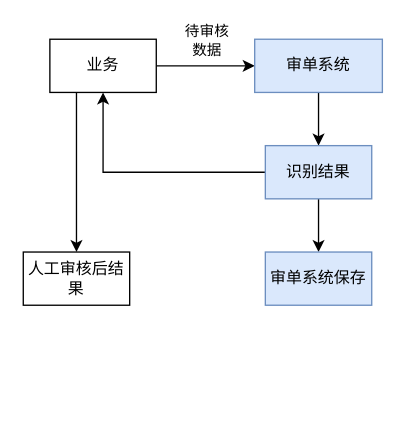
Above: 兴业银行标书.drawio in archwolf118/AI (draw.io), before the change. Source tidied: cells renumbered, new cells numbered last; positions are measured from the earlier drawing's top-left corner, leaving out a move shared by most shapes. Both pictures are drawn from the tidied source at 133%, with x=0, y=0 at pixel (23, 39).
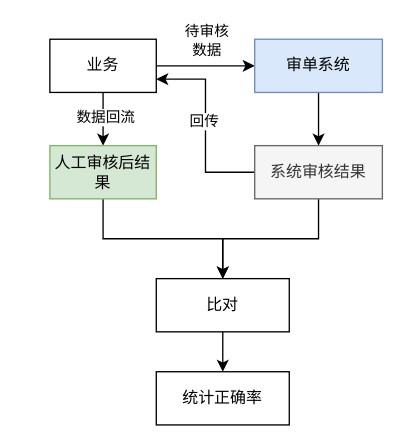
Above is the later version.

Commit message (it also covers changes not shown here):
更新兴业银行标书.drawio

Diff of the diagram source:
```diff
@@
 <mxGraphModel>
   <root>
     <mxCell id="0" />
     <mxCell id="1" parent="0" />
     <mxCell id="2" style="edgeStyle=orthogonalEdgeStyle;rounded=0;jettySize=auto;html=1;exitX=1;exitY=0.5;exitDx=0;exitDy=0;entryX=0;entryY=0.5;entryDx=0;entryDy=0;" parent="1" edge="1" source="5" target="7">
       <mxGeometry relative="1" as="geometry" />
     </mxCell>
     <mxCell id="3" value="待审核&lt;div&gt;数据&lt;/div&gt;" style="edgeLabel;html=1;align=center;verticalAlign=middle;" parent="2" vertex="1">
       <mxGeometry y="3" relative="1" as="geometry">
         <mxPoint y="-17" as="offset" />
       </mxGeometry>
     </mxCell>
-    <mxCell id="4" style="edgeStyle=orthogonalEdgeStyle;rounded=0;jettySize=auto;html=1;exitX=0.25;exitY=1;exitDx=0;exitDy=0;entryX=0.5;entryY=0;entryDx=0;entryDy=0;" parent="1" edge="1" source="5" target="12">
+    <mxCell id="4" style="edgeStyle=orthogonalEdgeStyle;rounded=0;jettySize=auto;html=1;exitX=0.5;exitY=1;exitDx=0;exitDy=0;entryX=0.5;entryY=0;entryDx=0;entryDy=0;" parent="1" edge="1" source="5" target="12">
       <mxGeometry relative="1" as="geometry" />
     </mxCell>
+    <mxCell id="13" value="数据回流" style="edgeLabel;html=1;align=center;verticalAlign=middle;" parent="4" vertex="1">
+      <mxGeometry x="-0.1" y="1" relative="1" as="geometry" />
+    </mxCell>
     <mxCell id="5" value="业务" style="rounded=0;whiteSpace=wrap;html=1;" parent="1" vertex="1">
       <mxGeometry x="20" width="80" height="40" as="geometry" />
     </mxCell>
     <mxCell id="6" style="edgeStyle=orthogonalEdgeStyle;rounded=0;jettySize=auto;html=1;exitX=0.5;exitY=1;exitDx=0;exitDy=0;entryX=0.5;entryY=0;entryDx=0;entryDy=0;" parent="1" edge="1" source="7" target="10">
       <mxGeometry relative="1" as="geometry" />
     </mxCell>
     <mxCell id="7" value="审单系统" style="rounded=0;whiteSpace=wrap;html=1;fillColor=#dae8fc;strokeColor=#6c8ebf;" parent="1" vertex="1">
       <mxGeometry x="174" width="96" height="40" as="geometry" />
     </mxCell>
-    <mxCell id="8" style="edgeStyle=orthogonalEdgeStyle;rounded=0;jettySize=auto;html=1;exitX=0.5;exitY=1;exitDx=0;exitDy=0;" parent="1" edge="1" source="10">
-      <mxGeometry relative="1" as="geometry">
-        <mxPoint x="222" y="160" as="targetPoint" />
-      </mxGeometry>
-    </mxCell>
-    <mxCell id="9" style="edgeStyle=orthogonalEdgeStyle;rounded=0;jettySize=auto;html=1;exitX=0;exitY=0.5;exitDx=0;exitDy=0;entryX=0.5;entryY=1;entryDx=0;entryDy=0;" parent="1" edge="1" source="10" target="5">
+    <mxCell id="9" style="edgeStyle=orthogonalEdgeStyle;rounded=0;jettySize=auto;html=1;exitX=0;exitY=0.5;exitDx=0;exitDy=0;entryX=1;entryY=0.75;entryDx=0;entryDy=0;" parent="1" edge="1" source="10" target="5">
       <mxGeometry relative="1" as="geometry" />
     </mxCell>
+    <mxCell id="14" value="回传" style="edgeLabel;html=1;align=center;verticalAlign=middle;" parent="9" vertex="1">
+      <mxGeometry x="-0.33" y="2" relative="1" as="geometry">
+        <mxPoint y="-28" as="offset" />
+      </mxGeometry>
+    </mxCell>
+    <mxCell id="15" style="edgeStyle=orthogonalEdgeStyle;rounded=0;jettySize=auto;html=1;exitX=0.5;exitY=1;exitDx=0;exitDy=0;entryX=0.5;entryY=0;entryDx=0;entryDy=0;" parent="1" edge="1" source="10" target="18">
+      <mxGeometry relative="1" as="geometry" />
+    </mxCell>
-    <mxCell id="10" value="识别结果" style="rounded=0;whiteSpace=wrap;html=1;fillColor=#dae8fc;strokeColor=#6c8ebf;" parent="1" vertex="1">
-      <mxGeometry x="182" y="80" width="80" height="40" as="geometry" />
+    <mxCell id="10" value="系统审核结果" style="rounded=0;whiteSpace=wrap;html=1;fillColor=#f5f5f5;strokeColor=#666666;fontColor=#333333;" parent="1" vertex="1">
+      <mxGeometry x="174" y="80" width="96" height="40" as="geometry" />
     </mxCell>
-    <mxCell id="11" value="审单系统保存" style="rounded=0;whiteSpace=wrap;html=1;fillColor=#dae8fc;strokeColor=#6c8ebf;" parent="1" vertex="1">
-      <mxGeometry x="182" y="160" width="80" height="40" as="geometry" />
-    </mxCell>
+    <mxCell id="16" style="edgeStyle=orthogonalEdgeStyle;rounded=0;jettySize=auto;html=1;exitX=0.5;exitY=1;exitDx=0;exitDy=0;entryX=0.5;entryY=0;entryDx=0;entryDy=0;" parent="1" edge="1" source="12" target="18">
+      <mxGeometry relative="1" as="geometry" />
+    </mxCell>
-    <mxCell id="12" value="人工审核后结果" style="rounded=0;whiteSpace=wrap;html=1;" parent="1" vertex="1">
-      <mxGeometry y="160" width="80" height="40" as="geometry" />
+    <mxCell id="12" value="人工审核后结果" style="rounded=0;whiteSpace=wrap;html=1;fillColor=#d5e8d4;strokeColor=#82b366;" parent="1" vertex="1">
+      <mxGeometry x="20" y="80" width="80" height="40" as="geometry" />
     </mxCell>
+    <mxCell id="17" style="edgeStyle=orthogonalEdgeStyle;rounded=0;jettySize=auto;html=1;exitX=0.5;exitY=1;exitDx=0;exitDy=0;" parent="1" edge="1" source="18">
+      <mxGeometry relative="1" as="geometry">
+        <mxPoint x="150" y="250" as="targetPoint" />
+      </mxGeometry>
+    </mxCell>
+    <mxCell id="18" value="比对" style="rounded=0;whiteSpace=wrap;html=1;" parent="1" vertex="1">
+      <mxGeometry x="100" y="180" width="100" height="40" as="geometry" />
+    </mxCell>
+    <mxCell id="19" value="统计正确率" style="rounded=0;whiteSpace=wrap;html=1;" parent="1" vertex="1">
+      <mxGeometry x="100" y="250" width="100" height="40" as="geometry" />
+    </mxCell>
   </root>
 </mxGraphModel>
```
